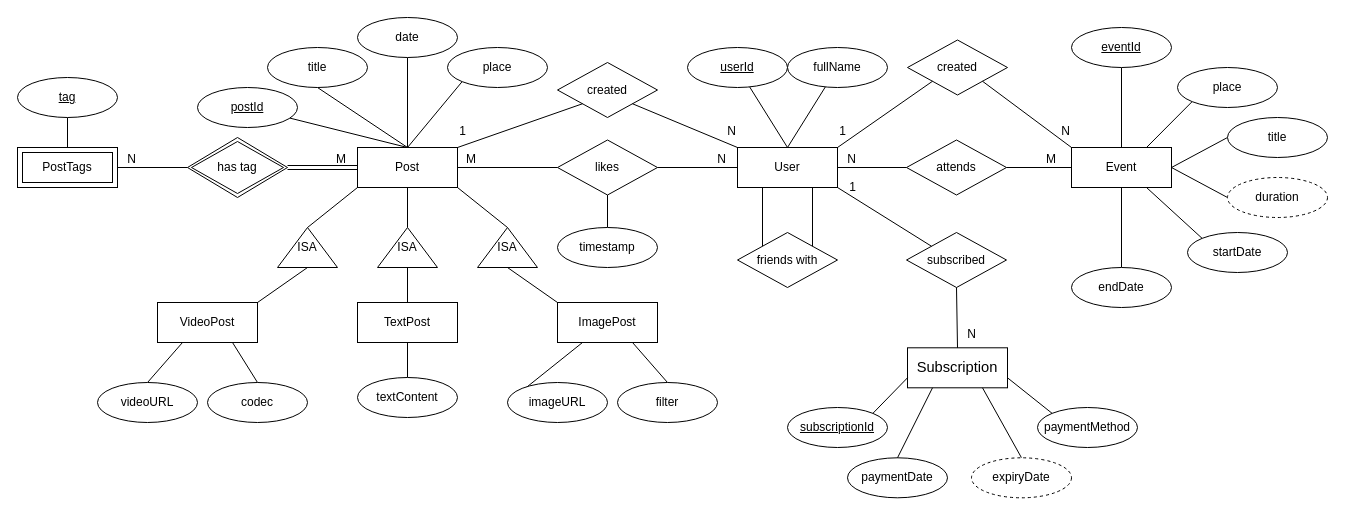
The draw.io diagram DD1368 Homework 1 ER.drawio in Alvinn8/DD1368, before the edit. Source tidied: cells renumbered, new cells numbered last; positions are measured from the earlier drawing's top-left corner, leaving out a move shared by most shapes. Both pictures are drawn from the tidied source at 100%, with x=0, y=0 at pixel (17, 17).
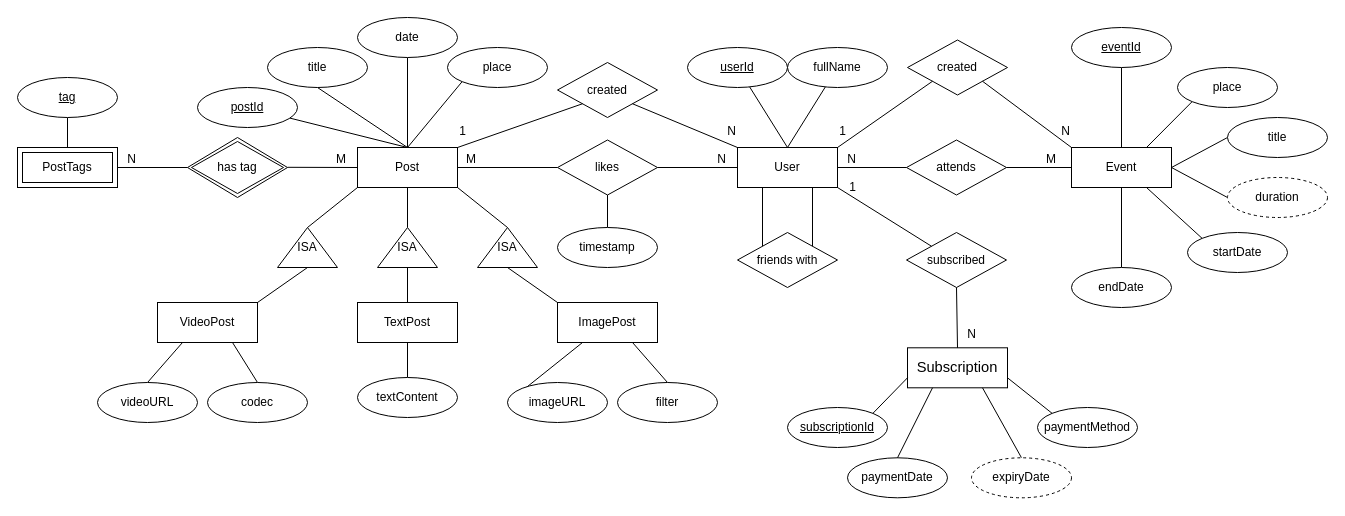
After the change.

Commit message:
no more dobule lines

The change refers to these unchanged cells:
```xml
<mxCell id="2" value="Post" style="whiteSpace=wrap;html=1;align=center;" parent="1" vertex="1">
  <mxGeometry x="340" y="130" width="100" height="40" as="geometry" />
</mxCell>
<mxCell id="45" value="has tag" style="shape=rhombus;double=1;perimeter=rhombusPerimeter;whiteSpace=wrap;html=1;align=center;" parent="1" vertex="1">
  <mxGeometry x="170" y="120" width="100" height="60" as="geometry" />
</mxCell>
```

Change to the diagram source:
```diff
@@
-    <mxCell id="88" style="shape=link;html=1;rounded=0;entryX=0;entryY=0.5;entryDx=0;entryDy=0;exitX=1;exitY=0.5;exitDx=0;exitDy=0;" parent="1" edge="1" source="45" target="2">
-      <mxGeometry relative="1" as="geometry" />
-    </mxCell>
-    <mxCell id="89" value="M" style="html=1;whiteSpace=wrap;align=right;verticalAlign=bottom;" parent="88" vertex="1">
-      <mxGeometry x="1" relative="1" as="geometry">
-        <mxPoint x="-10" as="offset" />
-      </mxGeometry>
-    </mxCell>
@@
+    <mxCell id="98" style="endArrow=none;html=1;rounded=0;entryX=1;entryY=0.5;entryDx=0;entryDy=0;" parent="1" edge="1">
+      <mxGeometry relative="1" as="geometry">
+        <mxPoint x="340" y="150" as="sourcePoint" />
+        <mxPoint x="270" y="149.8" as="targetPoint" />
+      </mxGeometry>
+    </mxCell>
+    <mxCell id="89" value="M" style="html=1;whiteSpace=wrap;align=right;verticalAlign=bottom;" parent="98" vertex="1">
+      <mxGeometry x="1" relative="1" as="geometry">
+        <mxPoint x="60" as="offset" />
+      </mxGeometry>
+    </mxCell>
```
